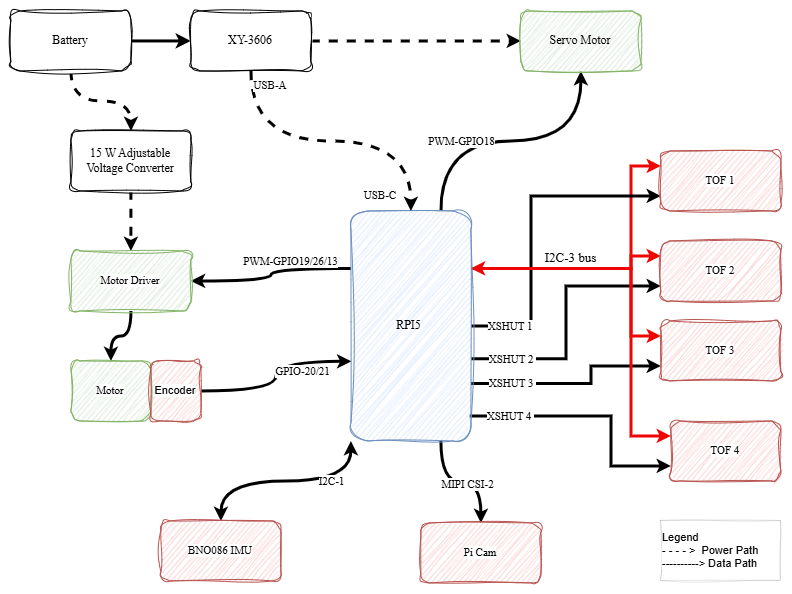
Above: docs/diagrams/powerNsense/Wiring_Diagram.drawio.png in Devansh-awat/greenbotics-2026 (draw.io), before the change. Source tidied: cells renumbered, new cells last; positions are measured from the earlier drawing's top-left corner, leaving out a move shared by most shapes.
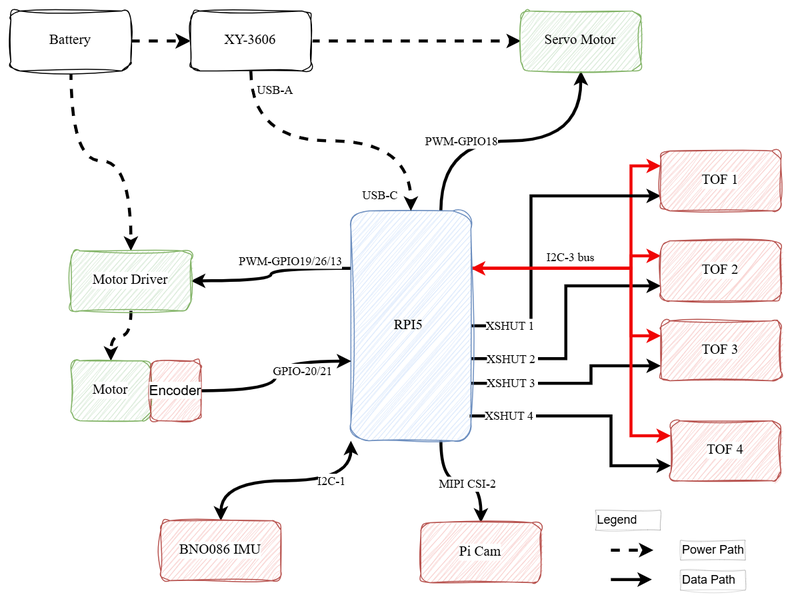
The same diagram one commit later.

The edit, as a diff of the source:
```diff
@@ -7,3 +7,3 @@
     </mxCell>
-    <mxCell id="3" value="PWM-GPIO18" style="edgeLabel;html=1;align=center;verticalAlign=middle;fontFamily=Architects Daughter;fontSize=11;fontColor=default;labelBackgroundColor=default;" parent="2" vertex="1">
+    <mxCell id="3" value="PWM-GPIO18" style="edgeLabel;html=1;align=center;verticalAlign=middle;fontFamily=Architects Daughter;fontSize=12;fontColor=default;labelBackgroundColor=default;" parent="2" vertex="1">
       <mxGeometry x="-0.34" y="8" relative="1" as="geometry">
@@ -23,3 +23,3 @@
     </mxCell>
-    <mxCell id="6" value="&lt;font style=&quot;font-size: 13px;&quot;&gt;I2C-3 bus&lt;/font&gt;" style="edgeLabel;html=1;align=center;verticalAlign=middle;fontFamily=Architects Daughter;fontSize=11;fontColor=default;labelBackgroundColor=default;" parent="5" vertex="1">
+    <mxCell id="6" value="&lt;font&gt;I2C-3 bus&lt;/font&gt;" style="edgeLabel;html=1;align=center;verticalAlign=middle;fontFamily=Architects Daughter;fontSize=12;fontColor=default;labelBackgroundColor=default;" parent="5" vertex="1">
       <mxGeometry x="0.03" y="-1" relative="1" as="geometry">
@@ -36,3 +36,3 @@
     </mxCell>
-    <mxCell id="8" value="XSHUT 1&amp;nbsp;" style="edgeLabel;html=1;align=center;verticalAlign=middle;fontFamily=Architects Daughter;fontSize=11;fontColor=default;labelBackgroundColor=default;" parent="7" vertex="1">
+    <mxCell id="8" value="XSHUT 1&amp;nbsp;" style="edgeLabel;html=1;align=center;verticalAlign=middle;fontFamily=Architects Daughter;fontSize=12;fontColor=default;labelBackgroundColor=default;" parent="7" vertex="1">
       <mxGeometry x="-0.68" relative="1" as="geometry">
@@ -49,3 +49,3 @@
     </mxCell>
-    <mxCell id="10" value="XSHUT 2&amp;nbsp;" style="edgeLabel;html=1;align=center;verticalAlign=middle;fontFamily=Architects Daughter;fontSize=11;fontColor=default;labelBackgroundColor=default;" parent="9" vertex="1">
+    <mxCell id="10" value="XSHUT 2&amp;nbsp;" style="edgeLabel;html=1;align=center;verticalAlign=middle;fontFamily=Architects Daughter;fontSize=12;fontColor=default;labelBackgroundColor=default;" parent="9" vertex="1">
       <mxGeometry x="-0.76" relative="1" as="geometry">
@@ -62,3 +62,3 @@
     </mxCell>
-    <mxCell id="12" value="&lt;font&gt;XSHUT 3&amp;nbsp;&lt;/font&gt;" style="edgeLabel;html=1;align=center;verticalAlign=middle;fontFamily=Architects Daughter;fontSize=11;fontColor=default;labelBackgroundColor=default;" parent="11" vertex="1">
+    <mxCell id="12" value="&lt;font&gt;XSHUT 3&amp;nbsp;&lt;/font&gt;" style="edgeLabel;html=1;align=center;verticalAlign=middle;fontFamily=Architects Daughter;fontSize=12;fontColor=default;labelBackgroundColor=default;" parent="11" vertex="1">
       <mxGeometry x="-0.61" y="1" relative="1" as="geometry">
@@ -75,3 +75,3 @@
     </mxCell>
-    <mxCell id="14" value="XSHUT 4&amp;nbsp;" style="edgeLabel;html=1;align=center;verticalAlign=middle;fontFamily=Architects Daughter;fontSize=11;fontColor=default;labelBackgroundColor=default;" parent="13" vertex="1">
+    <mxCell id="14" value="XSHUT 4&amp;nbsp;" style="edgeLabel;html=1;align=center;verticalAlign=middle;fontFamily=Architects Daughter;fontSize=12;fontColor=default;labelBackgroundColor=default;" parent="13" vertex="1">
       <mxGeometry x="-0.45" relative="1" as="geometry">
@@ -83,3 +83,3 @@
     </mxCell>
-    <mxCell id="16" value="I2C-1" style="edgeLabel;html=1;align=center;verticalAlign=middle;fontFamily=Architects Daughter;fontSize=11;fontColor=default;labelBackgroundColor=default;" parent="15" vertex="1">
+    <mxCell id="16" value="I2C-1" style="edgeLabel;html=1;align=center;verticalAlign=middle;fontFamily=Architects Daughter;fontSize=12;fontColor=default;labelBackgroundColor=default;" parent="15" vertex="1">
       <mxGeometry x="0.1" y="4" relative="1" as="geometry">
@@ -91,3 +91,3 @@
     </mxCell>
-    <mxCell id="18" value="MIPI CSI-2" style="edgeLabel;html=1;align=center;verticalAlign=middle;fontFamily=Architects Daughter;fontSize=11;fontColor=default;labelBackgroundColor=default;" parent="17" vertex="1">
+    <mxCell id="18" value="MIPI CSI-2" style="edgeLabel;html=1;align=center;verticalAlign=middle;fontFamily=Architects Daughter;fontSize=12;fontColor=default;labelBackgroundColor=default;" parent="17" vertex="1">
       <mxGeometry x="0.1" y="-2" relative="1" as="geometry" />
@@ -118,12 +118,12 @@
     </mxCell>
-    <mxCell id="22" value="RPI5&amp;nbsp;" style="rounded=1;whiteSpace=wrap;html=1;sketch=1;hachureGap=4;jiggle=2;curveFitting=1;fontFamily=Architects Daughter;fillColor=#dae8fc;strokeColor=#6c8ebf;" parent="1" vertex="1">
+    <mxCell id="22" value="RPI5&amp;nbsp;" style="rounded=1;whiteSpace=wrap;html=1;sketch=1;hachureGap=4;jiggle=2;curveFitting=1;fontFamily=Architects Daughter;fillColor=#dae8fc;strokeColor=#6c8ebf;fontSize=14;" parent="1" vertex="1">
       <mxGeometry x="340" y="200" width="120" height="230" as="geometry" />
     </mxCell>
-    <mxCell id="23" style="edgeStyle=orthogonalEdgeStyle;shape=connector;curved=1;rounded=0;jettySize=auto;html=1;entryX=0;entryY=0.5;entryDx=0;entryDy=0;strokeColor=default;strokeWidth=3;align=center;verticalAlign=middle;fontFamily=Architects Daughter;fontSize=11;fontColor=default;labelBackgroundColor=default;startSize=6;endArrow=classic;endSize=6;" parent="1" edge="1" source="25" target="28">
+    <mxCell id="23" style="edgeStyle=orthogonalEdgeStyle;shape=connector;curved=1;rounded=0;jettySize=auto;html=1;entryX=0;entryY=0.5;entryDx=0;entryDy=0;strokeColor=default;strokeWidth=3;align=center;verticalAlign=middle;fontFamily=Architects Daughter;fontSize=11;fontColor=default;labelBackgroundColor=default;startSize=6;endArrow=classic;endSize=6;dashed=1;" parent="1" edge="1" source="25" target="28">
       <mxGeometry relative="1" as="geometry" />
     </mxCell>
-    <mxCell id="24" style="edgeStyle=orthogonalEdgeStyle;shape=connector;curved=1;rounded=0;jettySize=auto;html=1;strokeColor=default;strokeWidth=3;align=center;verticalAlign=middle;fontFamily=Architects Daughter;fontSize=11;fontColor=default;labelBackgroundColor=default;startSize=5;endArrow=classic;endSize=5;dashed=1;" parent="1" edge="1" source="25" target="31">
+    <mxCell id="24" style="edgeStyle=orthogonalEdgeStyle;shape=connector;curved=1;rounded=0;jettySize=auto;html=1;strokeColor=default;strokeWidth=3;align=center;verticalAlign=middle;fontFamily=Architects Daughter;fontSize=11;fontColor=default;labelBackgroundColor=default;startSize=5;endArrow=classic;endSize=5;dashed=1;entryX=0.5;entryY=0;entryDx=0;entryDy=0;" parent="1" edge="1" source="25" target="33">
       <mxGeometry relative="1" as="geometry" />
     </mxCell>
-    <mxCell id="25" value="Battery" style="rounded=1;whiteSpace=wrap;html=1;sketch=1;hachureGap=4;jiggle=2;curveFitting=1;fontFamily=Architects Daughter;" parent="1" vertex="1">
+    <mxCell id="25" value="Battery" style="rounded=1;whiteSpace=wrap;html=1;sketch=1;hachureGap=4;jiggle=2;curveFitting=1;fontFamily=Architects Daughter;fontSize=14;" parent="1" vertex="1">
       <mxGeometry width="120" height="60" as="geometry" />
@@ -136,21 +136,15 @@
     </mxCell>
-    <mxCell id="28" value="XY-3606" style="rounded=1;whiteSpace=wrap;html=1;sketch=1;hachureGap=4;jiggle=2;curveFitting=1;fontFamily=Architects Daughter;" parent="1" vertex="1">
+    <mxCell id="28" value="XY-3606" style="rounded=1;whiteSpace=wrap;html=1;sketch=1;hachureGap=4;jiggle=2;curveFitting=1;fontFamily=Architects Daughter;fontSize=14;" parent="1" vertex="1">
       <mxGeometry x="180" width="120" height="60" as="geometry" />
     </mxCell>
-    <mxCell id="29" value="Servo Motor" style="rounded=1;whiteSpace=wrap;html=1;sketch=1;hachureGap=4;jiggle=2;curveFitting=1;fontFamily=Architects Daughter;fillColor=#d5e8d4;strokeColor=#82b366;" parent="1" vertex="1">
+    <mxCell id="29" value="Servo Motor" style="rounded=1;whiteSpace=wrap;html=1;sketch=1;hachureGap=4;jiggle=2;curveFitting=1;fontFamily=Architects Daughter;fillColor=#d5e8d4;strokeColor=#82b366;fontSize=14;" parent="1" vertex="1">
       <mxGeometry x="510" width="120" height="60" as="geometry" />
     </mxCell>
-    <mxCell id="30" style="edgeStyle=orthogonalEdgeStyle;shape=connector;curved=1;rounded=0;jettySize=auto;html=1;entryX=0.5;entryY=0;entryDx=0;entryDy=0;strokeColor=default;strokeWidth=3;align=center;verticalAlign=middle;fontFamily=Architects Daughter;fontSize=11;fontColor=default;labelBackgroundColor=default;startSize=5;endArrow=classic;endSize=5;dashed=1;" parent="1" edge="1" source="31" target="33">
-      <mxGeometry relative="1" as="geometry" />
-    </mxCell>
-    <mxCell id="31" value="15 W Adjustable Voltage Converter" style="rounded=1;whiteSpace=wrap;html=1;sketch=1;hachureGap=4;jiggle=2;curveFitting=1;fontFamily=Architects Daughter;" parent="1" vertex="1">
-      <mxGeometry x="60" y="120" width="120" height="60" as="geometry" />
-    </mxCell>
-    <mxCell id="32" style="edgeStyle=orthogonalEdgeStyle;shape=connector;curved=1;rounded=0;jettySize=auto;html=1;entryX=0.5;entryY=0;entryDx=0;entryDy=0;strokeColor=default;strokeWidth=3;align=center;verticalAlign=middle;fontFamily=Architects Daughter;fontSize=11;fontColor=default;labelBackgroundColor=default;startSize=5;endArrow=classic;endSize=5;" parent="1" edge="1" source="33" target="34">
+    <mxCell id="32" style="edgeStyle=orthogonalEdgeStyle;shape=connector;curved=1;rounded=0;jettySize=auto;html=1;entryX=0.5;entryY=0;entryDx=0;entryDy=0;strokeColor=default;strokeWidth=3;align=center;verticalAlign=middle;fontFamily=Architects Daughter;fontSize=11;fontColor=default;labelBackgroundColor=default;startSize=5;endArrow=classic;endSize=5;dashed=1;" parent="1" edge="1" source="33" target="34">
       <mxGeometry relative="1" as="geometry" />
     </mxCell>
-    <mxCell id="33" value="Motor Driver" style="rounded=1;whiteSpace=wrap;html=1;sketch=1;hachureGap=4;jiggle=2;curveFitting=1;fontFamily=Architects Daughter;fontSize=11;labelBackgroundColor=default;fillColor=#d5e8d4;strokeColor=#82b366;" parent="1" vertex="1">
+    <mxCell id="33" value="Motor Driver" style="rounded=1;whiteSpace=wrap;html=1;sketch=1;hachureGap=4;jiggle=2;curveFitting=1;fontFamily=Architects Daughter;fontSize=14;labelBackgroundColor=default;fillColor=#d5e8d4;strokeColor=#82b366;" parent="1" vertex="1">
       <mxGeometry x="60" y="240" width="120" height="60" as="geometry" />
     </mxCell>
-    <mxCell id="34" value="Motor" style="rounded=1;whiteSpace=wrap;html=1;sketch=1;hachureGap=4;jiggle=2;curveFitting=1;fontFamily=Architects Daughter;fontSize=11;labelBackgroundColor=default;fillColor=#d5e8d4;strokeColor=#82b366;" parent="1" vertex="1">
+    <mxCell id="34" value="Motor" style="rounded=1;whiteSpace=wrap;html=1;sketch=1;hachureGap=4;jiggle=2;curveFitting=1;fontFamily=Architects Daughter;fontSize=14;labelBackgroundColor=default;fillColor=#d5e8d4;strokeColor=#82b366;" parent="1" vertex="1">
       <mxGeometry x="60" y="350" width="80" height="60" as="geometry" />
@@ -160,3 +154,3 @@
     </mxCell>
-    <mxCell id="36" value="&lt;font face=&quot;Architects Daughter&quot;&gt;GPIO-20/21&lt;/font&gt;" style="edgeLabel;html=1;align=center;verticalAlign=middle;fontFamily=Helvetica;fontSize=11;fontColor=default;labelBackgroundColor=default;" parent="35" vertex="1">
+    <mxCell id="36" value="&lt;font face=&quot;Architects Daughter&quot;&gt;GPIO-20/21&lt;/font&gt;" style="edgeLabel;html=1;align=center;verticalAlign=middle;fontFamily=Helvetica;fontSize=12;fontColor=default;labelBackgroundColor=default;" parent="35" vertex="1">
       <mxGeometry x="0.41" relative="1" as="geometry">
@@ -165,33 +159,33 @@
     </mxCell>
-    <mxCell id="37" value="TOF 1" style="rounded=1;whiteSpace=wrap;html=1;sketch=1;hachureGap=4;jiggle=2;curveFitting=1;fontFamily=Architects Daughter;fontSize=11;labelBackgroundColor=default;fillColor=#f8cecc;strokeColor=#b85450;" parent="1" vertex="1">
+    <mxCell id="37" value="TOF 1" style="rounded=1;whiteSpace=wrap;html=1;sketch=1;hachureGap=4;jiggle=2;curveFitting=1;fontFamily=Architects Daughter;fontSize=14;labelBackgroundColor=default;fillColor=#f8cecc;strokeColor=#b85450;" parent="1" vertex="1">
       <mxGeometry x="650" y="140" width="120" height="60" as="geometry" />
     </mxCell>
-    <mxCell id="38" value="&lt;font&gt;TOF 2&lt;/font&gt;" style="rounded=1;whiteSpace=wrap;html=1;sketch=1;hachureGap=4;jiggle=2;curveFitting=1;fontFamily=Architects Daughter;fontSize=11;labelBackgroundColor=default;fillColor=#f8cecc;strokeColor=#b85450;" parent="1" vertex="1">
+    <mxCell id="38" value="&lt;font&gt;TOF 2&lt;/font&gt;" style="rounded=1;whiteSpace=wrap;html=1;sketch=1;hachureGap=4;jiggle=2;curveFitting=1;fontFamily=Architects Daughter;fontSize=14;labelBackgroundColor=default;fillColor=#f8cecc;strokeColor=#b85450;" parent="1" vertex="1">
       <mxGeometry x="650" y="230" width="120" height="60" as="geometry" />
     </mxCell>
-    <mxCell id="39" value="TOF 3" style="rounded=1;whiteSpace=wrap;html=1;sketch=1;hachureGap=4;jiggle=2;curveFitting=1;fontFamily=Architects Daughter;fontSize=11;labelBackgroundColor=default;fillColor=#f8cecc;strokeColor=#b85450;" parent="1" vertex="1">
+    <mxCell id="39" value="TOF 3" style="rounded=1;whiteSpace=wrap;html=1;sketch=1;hachureGap=4;jiggle=2;curveFitting=1;fontFamily=Architects Daughter;fontSize=14;labelBackgroundColor=default;fillColor=#f8cecc;strokeColor=#b85450;" parent="1" vertex="1">
       <mxGeometry x="650" y="310" width="120" height="60" as="geometry" />
     </mxCell>
-    <mxCell id="40" value="TOF 4" style="rounded=1;whiteSpace=wrap;html=1;sketch=1;hachureGap=4;jiggle=2;curveFitting=1;fontFamily=Architects Daughter;fontSize=11;labelBackgroundColor=default;fillColor=#f8cecc;strokeColor=#b85450;" parent="1" vertex="1">
+    <mxCell id="40" value="TOF 4" style="rounded=1;whiteSpace=wrap;html=1;sketch=1;hachureGap=4;jiggle=2;curveFitting=1;fontFamily=Architects Daughter;fontSize=14;labelBackgroundColor=default;fillColor=#f8cecc;strokeColor=#b85450;" parent="1" vertex="1">
       <mxGeometry x="660" y="410" width="110" height="60" as="geometry" />
     </mxCell>
-    <mxCell id="41" value="BNO086 IMU" style="rounded=1;whiteSpace=wrap;html=1;sketch=1;hachureGap=4;jiggle=2;curveFitting=1;fontFamily=Architects Daughter;fontSize=11;labelBackgroundColor=default;fillColor=#f8cecc;strokeColor=#b85450;" parent="1" vertex="1">
+    <mxCell id="41" value="BNO086 IMU" style="rounded=1;whiteSpace=wrap;html=1;sketch=1;hachureGap=4;jiggle=2;curveFitting=1;fontFamily=Architects Daughter;fontSize=14;labelBackgroundColor=default;fillColor=#f8cecc;strokeColor=#b85450;" parent="1" vertex="1">
       <mxGeometry x="150" y="510" width="120" height="60" as="geometry" />
     </mxCell>
-    <mxCell id="42" value="Pi Cam" style="rounded=1;whiteSpace=wrap;html=1;sketch=1;hachureGap=4;jiggle=2;curveFitting=1;fontFamily=Architects Daughter;fontSize=11;labelBackgroundColor=default;fillColor=#f8cecc;strokeColor=#b85450;" parent="1" vertex="1">
+    <mxCell id="42" value="Pi Cam" style="rounded=1;whiteSpace=wrap;html=1;sketch=1;hachureGap=4;jiggle=2;curveFitting=1;fontFamily=Architects Daughter;fontSize=14;labelBackgroundColor=default;fillColor=#f8cecc;strokeColor=#b85450;" parent="1" vertex="1">
       <mxGeometry x="410" y="512" width="120" height="60" as="geometry" />
     </mxCell>
-    <mxCell id="43" value="USB-A" style="text;html=1;whiteSpace=wrap;strokeColor=none;fillColor=none;align=center;verticalAlign=middle;rounded=0;fontFamily=Architects Daughter;fontSize=11;fontColor=default;labelBackgroundColor=default;" parent="1" vertex="1">
-      <mxGeometry x="230" y="60" width="60" height="30" as="geometry" />
+    <mxCell id="43" value="USB-A" style="text;html=1;whiteSpace=wrap;strokeColor=none;fillColor=none;align=center;verticalAlign=middle;rounded=0;fontFamily=Architects Daughter;fontSize=12;fontColor=default;labelBackgroundColor=default;" parent="1" vertex="1">
+      <mxGeometry x="235" y="65" width="60" height="30" as="geometry" />
     </mxCell>
-    <mxCell id="44" value="USB-C" style="text;html=1;whiteSpace=wrap;strokeColor=none;fillColor=none;align=center;verticalAlign=middle;rounded=0;fontFamily=Architects Daughter;fontSize=11;fontColor=default;labelBackgroundColor=default;" parent="1" vertex="1">
+    <mxCell id="44" value="USB-C" style="text;html=1;whiteSpace=wrap;strokeColor=none;fillColor=none;align=center;verticalAlign=middle;rounded=0;fontFamily=Architects Daughter;fontSize=12;fontColor=default;labelBackgroundColor=default;" parent="1" vertex="1">
       <mxGeometry x="340" y="170" width="60" height="30" as="geometry" />
     </mxCell>
-    <mxCell id="45" value="Legend&amp;nbsp;&lt;div style=&quot;&quot;&gt;- - - - &amp;gt;&amp;nbsp; Power Path&amp;nbsp;&lt;/div&gt;&lt;div&gt;&lt;span style=&quot;background-color: light-dark(#ffffff, var(--ge-dark-color, #121212)); color: light-dark(rgb(0, 0, 0), rgb(255, 255, 255));&quot;&gt;----------&amp;gt; Data Path&lt;/span&gt;&lt;/div&gt;" style="rounded=0;whiteSpace=wrap;html=1;sketch=1;hachureGap=4;jiggle=2;curveFitting=1;fontFamily=Helvetica;fontSource=https%3A%2F%2Ffonts.googleapis.com%2Fcss%3Ffamily%3DArchitects%2BDaughter;fontSize=11;fontColor=default;labelBackgroundColor=default;align=left;strokeWidth=0;" parent="1" vertex="1">
-      <mxGeometry x="650" y="510" width="120" height="60" as="geometry" />
+    <mxCell id="45" value="Legend" style="rounded=0;whiteSpace=wrap;html=1;sketch=1;hachureGap=4;jiggle=2;curveFitting=1;fontFamily=Helvetica;fontSource=https%3A%2F%2Ffonts.googleapis.com%2Fcss%3Ffamily%3DArchitects%2BDaughter;fontSize=12;fontColor=default;labelBackgroundColor=default;align=left;strokeWidth=0;" parent="1" vertex="1">
+      <mxGeometry x="585" y="500" width="65" height="20" as="geometry" />
     </mxCell>
-    <mxCell id="46" value="Encoder" style="rounded=1;whiteSpace=wrap;html=1;sketch=1;hachureGap=4;jiggle=2;curveFitting=1;fontFamily=Helvetica;fontSource=https%3A%2F%2Ffonts.googleapis.com%2Fcss%3Ffamily%3DArchitects%2BDaughter;fontSize=11;labelBackgroundColor=default;fillColor=#f8cecc;strokeColor=#b85450;" parent="1" vertex="1">
+    <mxCell id="46" value="Encoder" style="rounded=1;whiteSpace=wrap;html=1;sketch=1;hachureGap=4;jiggle=2;curveFitting=1;fontFamily=Helvetica;fontSource=https%3A%2F%2Ffonts.googleapis.com%2Fcss%3Ffamily%3DArchitects%2BDaughter;fontSize=14;labelBackgroundColor=default;fillColor=#f8cecc;strokeColor=#b85450;" parent="1" vertex="1">
       <mxGeometry x="140" y="350" width="50" height="60" as="geometry" />
     </mxCell>
-    <mxCell id="47" value="PWM-GPIO19/26/13" style="edgeLabel;html=1;align=center;verticalAlign=middle;fontFamily=Architects Daughter;fontSize=11;fontColor=default;labelBackgroundColor=default;" parent="1" vertex="1">
+    <mxCell id="47" value="PWM-GPIO19/26/13" style="edgeLabel;html=1;align=center;verticalAlign=middle;fontFamily=Architects Daughter;fontSize=12;fontColor=default;labelBackgroundColor=default;" parent="1" vertex="1">
       <mxGeometry x="250" y="210" as="geometry">
@@ -200,2 +194,20 @@
     </mxCell>
+    <mxCell id="48" style="edgeStyle=orthogonalEdgeStyle;shape=connector;curved=1;rounded=0;orthogonalLoop=1;jettySize=auto;html=1;strokeColor=default;strokeWidth=3;align=center;verticalAlign=middle;fontFamily=Architects Daughter;fontSize=11;fontColor=default;labelBackgroundColor=default;startSize=5;endArrow=classic;endSize=5;dashed=1;" parent="1" edge="1">
+      <mxGeometry relative="1" as="geometry">
+        <mxPoint x="600" y="539.5" as="sourcePoint" />
+        <mxPoint x="642.5" y="539.5" as="targetPoint" />
+      </mxGeometry>
+    </mxCell>
+    <mxCell id="49" style="edgeStyle=orthogonalEdgeStyle;shape=connector;curved=1;rounded=0;orthogonalLoop=1;jettySize=auto;html=1;strokeColor=default;strokeWidth=3;align=center;verticalAlign=middle;fontFamily=Architects Daughter;fontSize=11;fontColor=default;labelBackgroundColor=default;startSize=5;endArrow=classic;endSize=5;startArrow=none;startFill=0;endFill=1;" parent="1" edge="1">
+      <mxGeometry relative="1" as="geometry">
+        <mxPoint x="600" y="569" as="sourcePoint" />
+        <mxPoint x="641" y="569" as="targetPoint" />
+      </mxGeometry>
+    </mxCell>
+    <mxCell id="50" value="Data Path" style="rounded=0;whiteSpace=wrap;html=1;sketch=1;hachureGap=4;jiggle=2;curveFitting=1;fontFamily=Helvetica;fontSource=https://fonts.googleapis.com/css?family=Architects+Daughter;fontSize=12;fontColor=default;labelBackgroundColor=default;align=left;strokeWidth=0;" parent="1" vertex="1">
+      <mxGeometry x="670" y="560" width="65" height="20" as="geometry" />
+    </mxCell>
+    <mxCell id="51" value="Power Path" style="rounded=0;whiteSpace=wrap;html=1;sketch=1;hachureGap=4;jiggle=2;curveFitting=1;fontFamily=Helvetica;fontSource=https://fonts.googleapis.com/css?family=Architects+Daughter;fontSize=12;fontColor=default;labelBackgroundColor=default;align=left;strokeWidth=0;" parent="1" vertex="1">
+      <mxGeometry x="670" y="530" width="65" height="20" as="geometry" />
+    </mxCell>
   </root>
```
